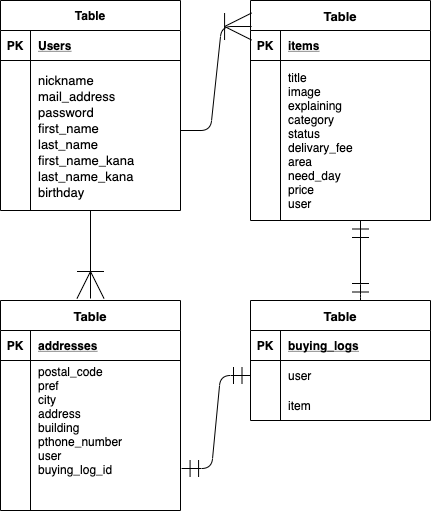
The draw.io diagram ER.dio.png in MerukuLyrical/furima-32472, before a commit. Source tidied: cells renumbered, new cells last; positions are measured from the earlier drawing's top-left corner, leaving out a move shared by most shapes.
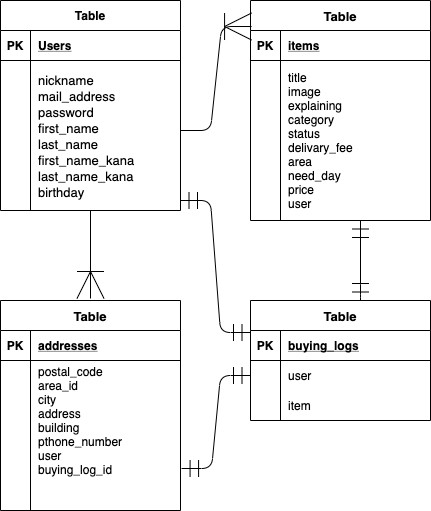
After the change.

Commit message:
README作成　修正版4

Diff of the diagram source:
```diff
@@ -83,7 +83,7 @@
     <mxCell id="28" style="shape=partialRectangle;fillColor=none;top=0;left=0;bottom=0;right=0;overflow=hidden;" parent="27" vertex="1">
       <mxGeometry width="30" height="120" as="geometry" />
     </mxCell>
-    <mxCell id="29" value="postal_code&#10;pref&#10;city&#10;address&#10;building&#10;pthone_number&#10;user&#10;buying_log_id" style="shape=partialRectangle;fillColor=none;top=0;left=0;bottom=0;right=0;align=left;spacingLeft=6;overflow=hidden;" parent="27" vertex="1">
+    <mxCell id="29" value="postal_code&#10;area_id&#10;city&#10;address&#10;building&#10;pthone_number&#10;user&#10;buying_log_id" style="shape=partialRectangle;fillColor=none;top=0;left=0;bottom=0;right=0;align=left;spacingLeft=6;overflow=hidden;" parent="27" vertex="1">
       <mxGeometry x="30" width="150" height="120" as="geometry" />
     </mxCell>
     <mxCell id="30" value="Table" style="shape=table;startSize=30;rowLines=0;fontStyle=1;align=center;fontSize=13;" parent="1" vertex="1">
@@ -139,5 +139,10 @@
     <mxCell id="43" style="edgeStyle=entityRelationEdgeStyle;fontSize=12;html=1;endArrow=ERmandOne;startArrow=ERmandOne;exitX=1.006;exitY=0.9;exitDx=0;exitDy=0;exitPerimeter=0;entryX=0;entryY=0.5;entryDx=0;entryDy=0;endSize=15;startSize=15;" parent="1" edge="1" source="27" target="34">
       <mxGeometry relative="1" as="geometry" />
     </mxCell>
+    <mxCell id="44" style="edgeStyle=entityRelationEdgeStyle;fontSize=12;html=1;endArrow=ERmandOne;startArrow=ERmandOne;entryX=0;entryY=0.067;entryDx=0;entryDy=0;entryPerimeter=0;endSize=15;startSize=15;" parent="1" edge="1" target="31">
+      <mxGeometry relative="1" as="geometry">
+        <mxPoint x="180" y="200" as="sourcePoint" />
+      </mxGeometry>
+    </mxCell>
   </root>
 </mxGraphModel>
```
